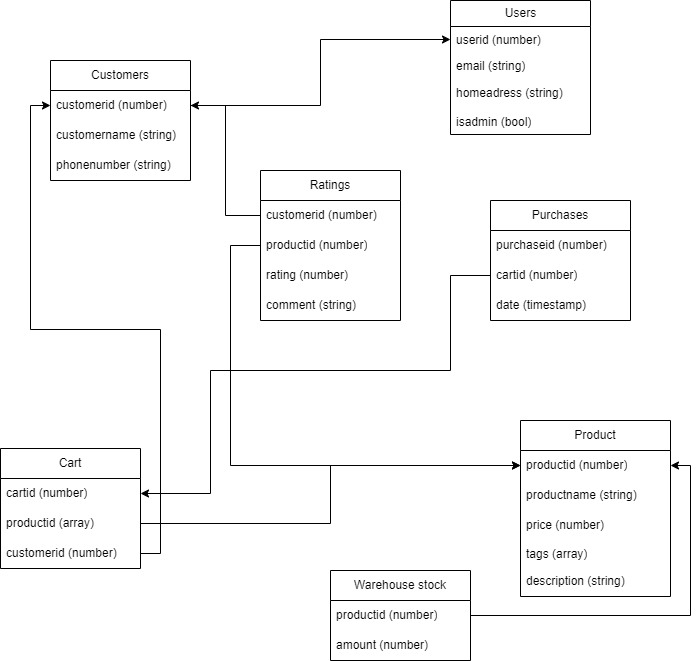
Earlier version of the draw.io export adatbazisterv/adatbazisterv.drawio.png (NoSignificantFrustration/RF1). Source tidied: cells renumbered, new cells last; positions are measured from the earlier drawing's top-left corner, leaving out a move shared by most shapes.
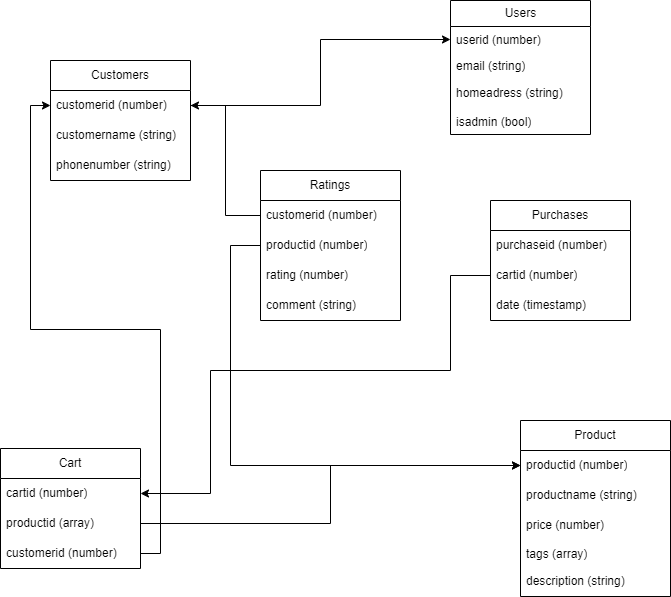
After the change.

Change to the diagram source:
```diff
@@ -71,24 +71,12 @@
     <mxCell id="24" value="date (timestamp)" style="text;strokeColor=none;fillColor=none;align=left;verticalAlign=middle;spacingLeft=4;spacingRight=4;overflow=hidden;whiteSpace=wrap;html=1;" parent="21" vertex="1">
       <mxGeometry y="90" width="140" height="30" as="geometry" />
     </mxCell>
-    <mxCell id="25" value="Warehouse stock" style="swimlane;fontStyle=0;horizontal=1;startSize=30;whiteSpace=wrap;html=1;" parent="1" vertex="1">
-      <mxGeometry x="330" y="570" width="140" height="90" as="geometry" />
-    </mxCell>
-    <mxCell id="26" value="productid (number)" style="text;strokeColor=none;fillColor=none;align=left;verticalAlign=middle;spacingLeft=4;spacingRight=4;overflow=hidden;points=[[0,0.5],[1,0.5]];portConstraint=eastwest;whiteSpace=wrap;html=1;" parent="25" vertex="1">
-      <mxGeometry y="30" width="140" height="30" as="geometry" />
-    </mxCell>
-    <mxCell id="27" value="amount (number)" style="text;strokeColor=none;fillColor=none;align=left;verticalAlign=middle;spacingLeft=4;spacingRight=4;overflow=hidden;whiteSpace=wrap;html=1;" parent="25" vertex="1">
-      <mxGeometry y="60" width="140" height="30" as="geometry" />
-    </mxCell>
     <mxCell id="28" style="edgeStyle=orthogonalEdgeStyle;rounded=0;jettySize=auto;html=1;entryX=0;entryY=0.5;entryDx=0;entryDy=0;" parent="1" edge="1" source="14" target="9">
       <mxGeometry relative="1" as="geometry" />
     </mxCell>
     <mxCell id="29" style="edgeStyle=orthogonalEdgeStyle;rounded=0;jettySize=auto;html=1;entryX=0;entryY=0.5;entryDx=0;entryDy=0;" parent="1" edge="1" source="20" target="14">
       <mxGeometry relative="1" as="geometry" />
     </mxCell>
-    <mxCell id="30" style="edgeStyle=orthogonalEdgeStyle;rounded=0;jettySize=auto;html=1;entryX=1;entryY=0.5;entryDx=0;entryDy=0;" parent="1" edge="1" source="26" target="3">
-      <mxGeometry relative="1" as="geometry" />
-    </mxCell>
     <mxCell id="31" value="Ratings" style="swimlane;fontStyle=0;horizontal=1;startSize=30;whiteSpace=wrap;html=1;" parent="1" vertex="1">
       <mxGeometry x="260" y="170" width="140" height="150" as="geometry" />
     </mxCell>
```
